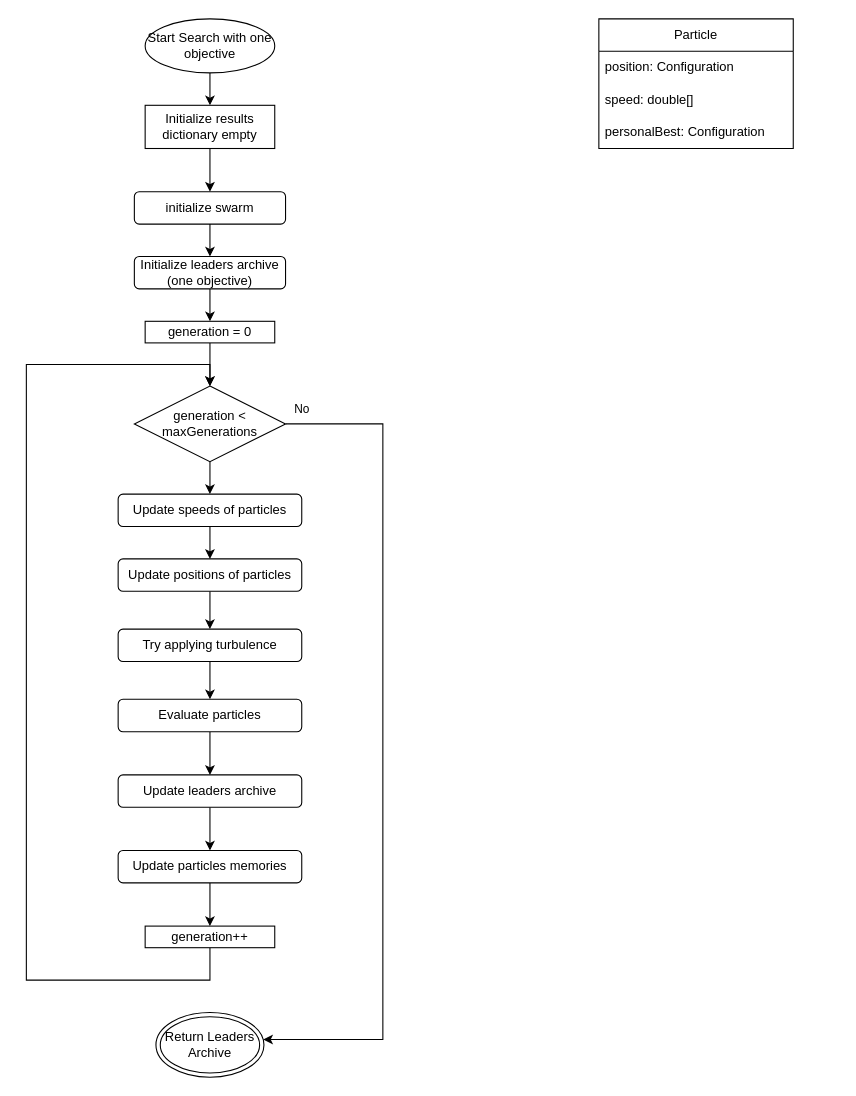
Before: page "Main" (1 of 13) of scheme/Orchestrator.drawio in R-a-d-u/PSATSimSimulation, a draw.io diagram. Source tidied: cells renumbered, new cells numbered last; positions are measured from the earlier drawing's top-left corner, leaving out a move shared by most shapes. Both pictures are drawn from the tidied source at 108%, with x=0, y=0 at pixel (26, 18).
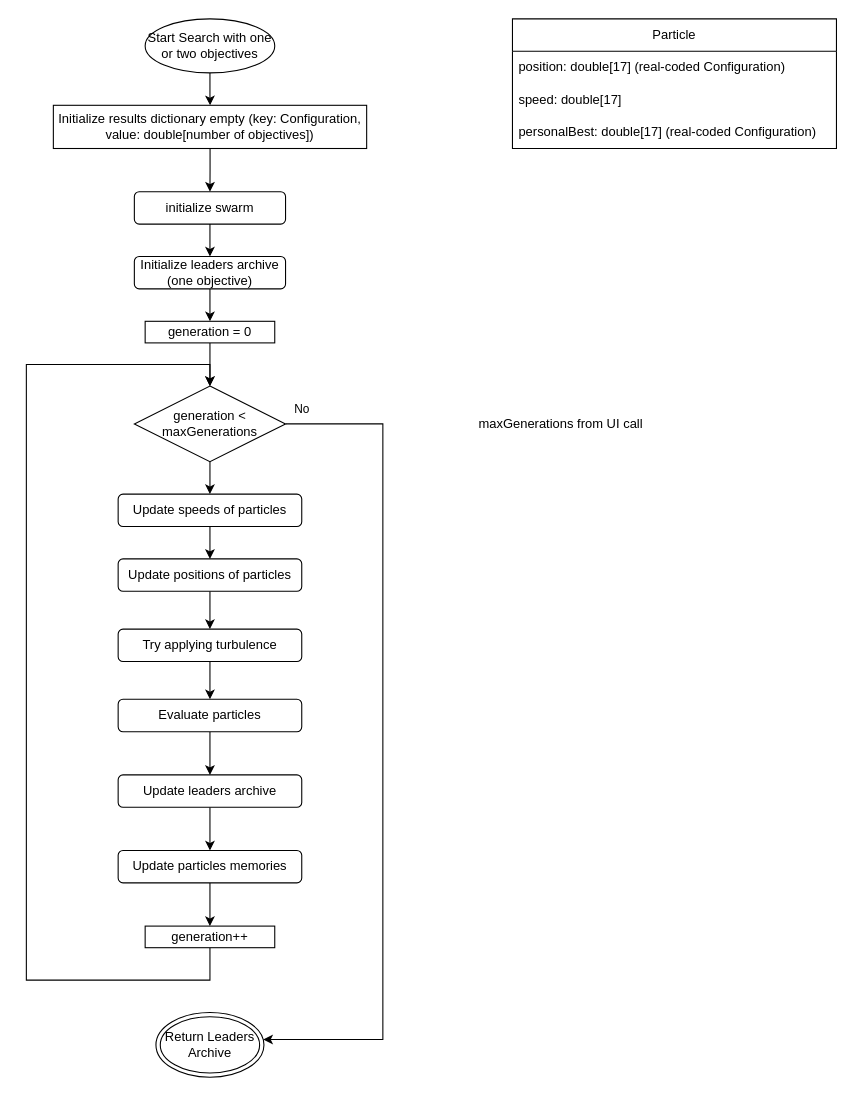
After the change.

The edit, as a diff of the source:
```diff
@@
-    <mxCell id="3" value="Start Search with one objective" style="ellipse;whiteSpace=wrap;html=1;" parent="1" vertex="1">
+    <mxCell id="3" value="Start Search with one or two objectives" style="ellipse;whiteSpace=wrap;html=1;" parent="1" vertex="1">
       <mxGeometry x="109.9" width="120" height="50" as="geometry" />
     </mxCell>
@@
     <mxCell id="28" value="Particle" style="swimlane;fontStyle=0;horizontal=1;startSize=30;whiteSpace=wrap;html=1;" parent="1" vertex="1">
-      <mxGeometry x="530" width="180" height="120" as="geometry" />
+      <mxGeometry x="450" width="300" height="120" as="geometry" />
     </mxCell>
-    <mxCell id="29" value="position: Configuration" style="text;strokeColor=none;fillColor=none;align=left;verticalAlign=middle;spacingLeft=4;spacingRight=4;overflow=hidden;whiteSpace=wrap;html=1;" parent="28" vertex="1">
-      <mxGeometry y="30" width="180" height="30" as="geometry" />
+    <mxCell id="29" value="position: double[17] (real-coded Configuration)" style="text;strokeColor=none;fillColor=none;align=left;verticalAlign=middle;spacingLeft=4;spacingRight=4;overflow=hidden;whiteSpace=wrap;html=1;" parent="28" vertex="1">
+      <mxGeometry y="30" width="300" height="30" as="geometry" />
     </mxCell>
-    <mxCell id="30" value="speed: double[]" style="text;strokeColor=none;fillColor=none;align=left;verticalAlign=middle;spacingLeft=4;spacingRight=4;overflow=hidden;whiteSpace=wrap;html=1;" parent="28" vertex="1">
-      <mxGeometry y="60" width="180" height="30" as="geometry" />
+    <mxCell id="30" value="speed: double[17]" style="text;strokeColor=none;fillColor=none;align=left;verticalAlign=middle;spacingLeft=4;spacingRight=4;overflow=hidden;whiteSpace=wrap;html=1;" parent="28" vertex="1">
+      <mxGeometry y="60" width="300" height="30" as="geometry" />
     </mxCell>
-    <mxCell id="31" value="personalBest: Configuration" style="text;strokeColor=none;fillColor=none;align=left;verticalAlign=middle;spacingLeft=4;spacingRight=4;overflow=hidden;whiteSpace=wrap;html=1;" parent="28" vertex="1">
-      <mxGeometry y="90" width="180" height="30" as="geometry" />
+    <mxCell id="31" value="personalBest: double[17] (real-coded Configuration)" style="text;strokeColor=none;fillColor=none;align=left;verticalAlign=middle;spacingLeft=4;spacingRight=4;overflow=hidden;whiteSpace=wrap;html=1;" parent="28" vertex="1">
+      <mxGeometry y="90" width="300" height="30" as="geometry" />
     </mxCell>
@@
-    <mxCell id="33" value="Initialize results dictionary empty" style="rounded=0;whiteSpace=wrap;html=1;" parent="1" vertex="1">
-      <mxGeometry x="109.9" y="80" width="120" height="40" as="geometry" />
+    <mxCell id="33" value="Initialize results dictionary empty (key: Configuration, value: double[number of objectives])" style="rounded=0;whiteSpace=wrap;html=1;" parent="1" vertex="1">
+      <mxGeometry x="24.9" y="80" width="290.1" height="40" as="geometry" />
     </mxCell>
@@
+    <mxCell id="35" value="maxGenerations from UI call" style="text;html=1;align=center;verticalAlign=middle;whiteSpace=wrap;rounded=0;" parent="1" vertex="1">
+      <mxGeometry x="400" y="360" width="190" height="30" as="geometry" />
+    </mxCell>
```
